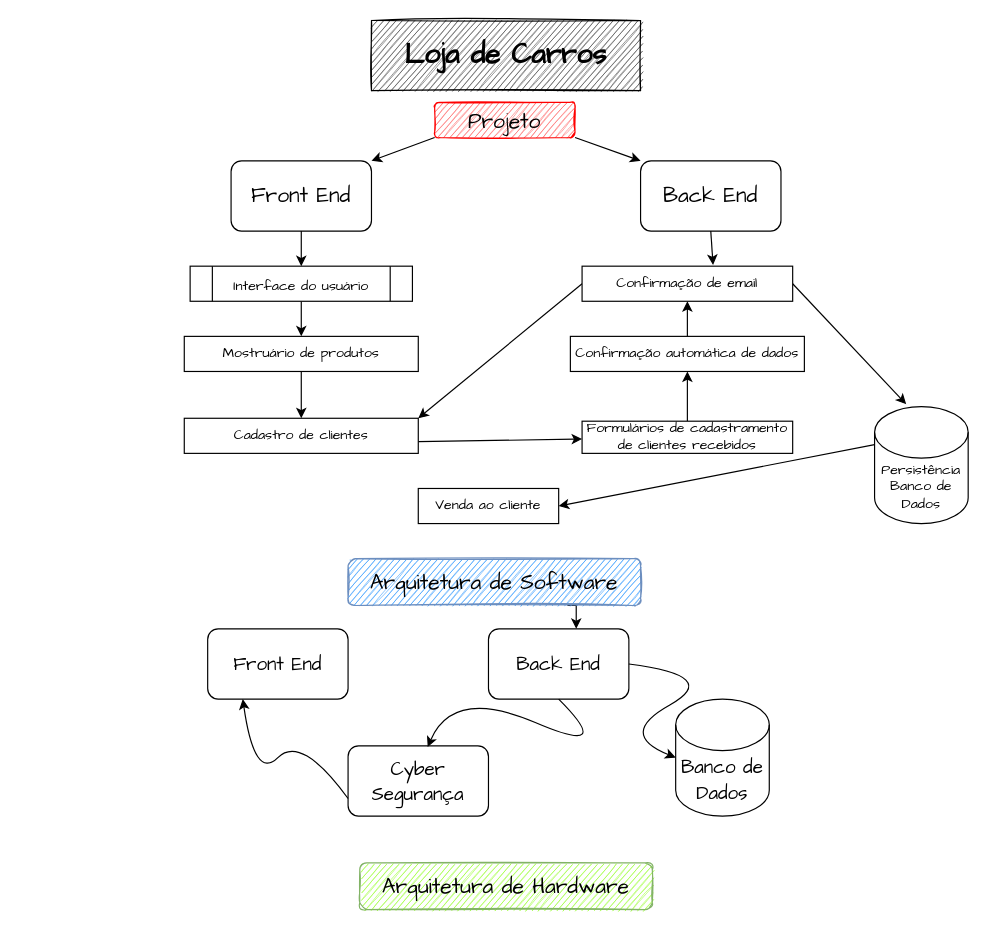
The draw.io diagram Loja de Carros.drawio in ipeeeed/arquivos-da-faculdade, before the edit. Source tidied: cells renumbered, new cells numbered last; positions are measured from the earlier drawing's top-left corner, leaving out a move shared by most shapes. Both pictures are drawn from the tidied source at 117%, with x=0, y=0 at pixel (184, 20).
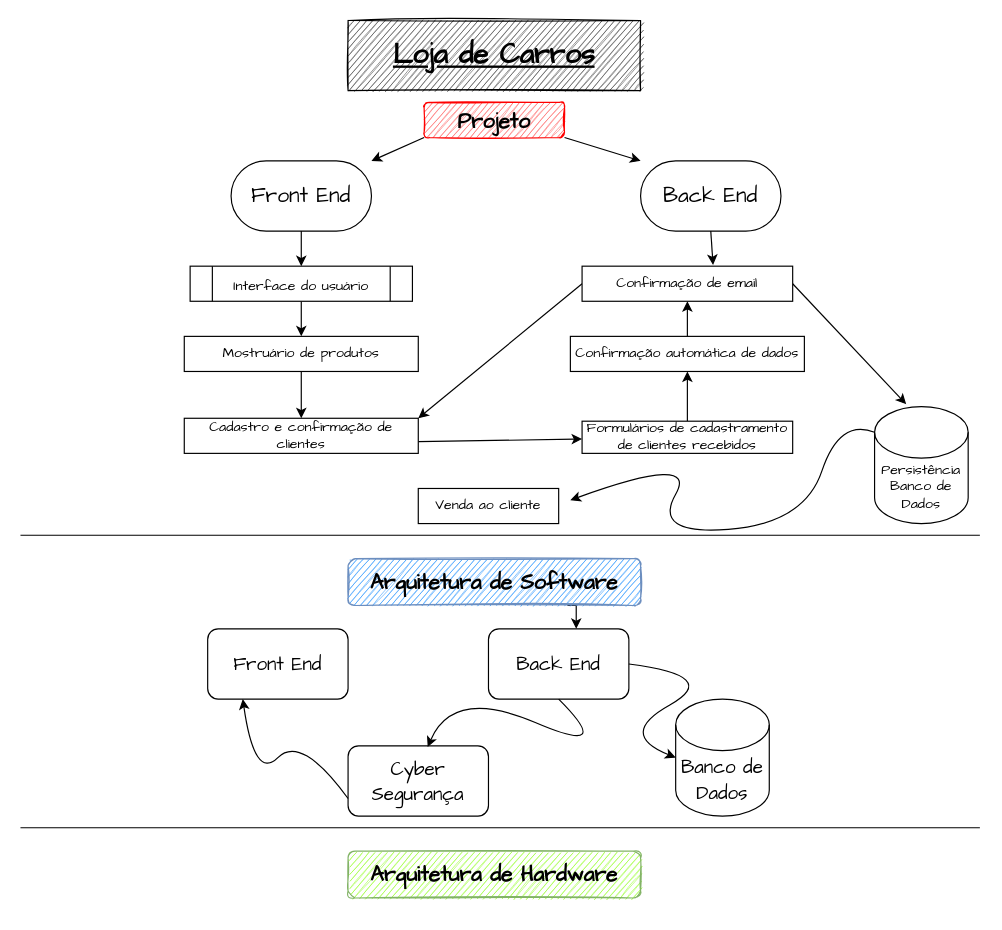
After the change.

The change refers to these unchanged cells:
```xml
<mxCell id="16" value="Venda ao cliente" style="rounded=0;whiteSpace=wrap;html=1;fontFamily=Comic Sans MS;fontSize=12;" parent="1" vertex="1">
  <mxGeometry x="200" y="400" width="120" height="30" as="geometry" />
</mxCell>
<mxCell id="23" value="Persistência&lt;br&gt;Banco de&lt;br&gt;Dados" style="shape=cylinder3;whiteSpace=wrap;html=1;boundedLbl=1;backgroundOutline=1;size=22;fontFamily=Comic Sans MS;fontSize=12;" parent="1" vertex="1">
  <mxGeometry x="590" y="330" width="80" height="100" as="geometry" />
</mxCell>
```

Change to the diagram source:
```diff
@@
-    <mxCell id="2" value="&lt;font style=&quot;font-size: 24px&quot; face=&quot;Comic Sans MS&quot;&gt;&lt;b&gt;Loja de Carros&lt;/b&gt;&lt;/font&gt;" style="rounded=0;whiteSpace=wrap;html=1;sketch=1;fillColor=#4D4D4D;" parent="1" vertex="1">
-      <mxGeometry x="160" width="230" height="60" as="geometry" />
+    <mxCell id="2" value="&lt;font style=&quot;font-size: 24px&quot; face=&quot;Comic Sans MS&quot;&gt;&lt;b&gt;&lt;u&gt;Loja de Carros&lt;/u&gt;&lt;/b&gt;&lt;/font&gt;" style="rounded=0;whiteSpace=wrap;html=1;sketch=1;fillColor=#4D4D4D;" parent="1" vertex="1">
+      <mxGeometry x="140" width="250" height="60" as="geometry" />
     </mxCell>
@@
-    <mxCell id="5" value="&lt;font style=&quot;font-size: 18px&quot;&gt;Projeto&lt;/font&gt;" style="rounded=1;whiteSpace=wrap;html=1;fontFamily=Comic Sans MS;fontSize=24;sketch=1;fillColor=#FF6666;strokeColor=#FF0000;" parent="1" vertex="1">
-      <mxGeometry x="214" y="70" width="120" height="30" as="geometry" />
+    <mxCell id="5" value="&lt;font style=&quot;font-size: 18px&quot;&gt;&lt;b&gt;Projeto&lt;/b&gt;&lt;/font&gt;" style="rounded=1;whiteSpace=wrap;html=1;fontFamily=Comic Sans MS;fontSize=24;sketch=1;fillColor=#FF6666;strokeColor=#FF0000;" parent="1" vertex="1">
+      <mxGeometry x="205" y="70" width="120" height="30" as="geometry" />
     </mxCell>
@@
-    <mxCell id="7" value="Back End" style="rounded=1;whiteSpace=wrap;html=1;fontFamily=Comic Sans MS;fontSize=18;" parent="1" vertex="1">
+    <mxCell id="7" value="Back End" style="rounded=1;whiteSpace=wrap;html=1;fontFamily=Comic Sans MS;fontSize=18;arcSize=50;" parent="1" vertex="1">
       <mxGeometry x="390" y="120" width="120" height="60" as="geometry" />
     </mxCell>
@@
-    <mxCell id="9" value="Front End" style="rounded=1;whiteSpace=wrap;html=1;fontFamily=Comic Sans MS;fontSize=18;" parent="1" vertex="1">
+    <mxCell id="9" value="Front End" style="rounded=1;whiteSpace=wrap;html=1;fontFamily=Comic Sans MS;fontSize=18;arcSize=50;" parent="1" vertex="1">
       <mxGeometry x="40" y="120" width="120" height="60" as="geometry" />
     </mxCell>
@@
-    <mxCell id="15" value="Cadastro de clientes" style="rounded=0;whiteSpace=wrap;html=1;fontFamily=Comic Sans MS;fontSize=12;" parent="1" vertex="1">
+    <mxCell id="15" value="Cadastro e confirmação&amp;nbsp;de clientes" style="rounded=0;whiteSpace=wrap;html=1;fontFamily=Comic Sans MS;fontSize=12;" parent="1" vertex="1">
       <mxGeometry y="340" width="200" height="30" as="geometry" />
     </mxCell>
@@
-    <mxCell id="22" style="edgeStyle=none;rounded=0;jettySize=auto;html=1;exitX=0;exitY=0;exitDx=0;exitDy=32.5;exitPerimeter=0;fontFamily=Comic Sans MS;fontSize=12;entryX=1;entryY=0.5;entryDx=0;entryDy=0;" parent="1" edge="1" source="23" target="16">
-      <mxGeometry relative="1" as="geometry" />
-    </mxCell>
@@
-    <mxCell id="27" value="&lt;font face=&quot;Comic Sans MS&quot; style=&quot;font-size: 18px&quot;&gt;Arquitetura de Software&lt;/font&gt;" style="rounded=1;whiteSpace=wrap;html=1;fillColor=#3399FF;strokeColor=#6c8ebf;sketch=1;glass=0;" parent="1" vertex="1">
+    <mxCell id="27" value="&lt;font face=&quot;Comic Sans MS&quot; style=&quot;font-size: 18px&quot;&gt;&lt;b&gt;Arquitetura de Software&lt;/b&gt;&lt;/font&gt;" style="rounded=1;whiteSpace=wrap;html=1;fillColor=#3399FF;strokeColor=#6c8ebf;sketch=1;glass=0;" parent="1" vertex="1">
       <mxGeometry x="140" y="460" width="250" height="40" as="geometry" />
     </mxCell>
@@
-    <mxCell id="32" value="&lt;font face=&quot;Comic Sans MS&quot; style=&quot;font-size: 18px&quot;&gt;Arquitetura de Hardware&lt;/font&gt;" style="rounded=1;whiteSpace=wrap;html=1;fillColor=#99FF33;strokeColor=#82b366;sketch=1;" parent="1" vertex="1">
-      <mxGeometry x="150" y="720" width="250" height="40" as="geometry" />
+    <mxCell id="32" value="&lt;font face=&quot;Comic Sans MS&quot; style=&quot;font-size: 18px&quot;&gt;&lt;b&gt;Arquitetura de Hardware&lt;/b&gt;&lt;/font&gt;" style="rounded=1;whiteSpace=wrap;html=1;fillColor=#99FF33;strokeColor=#82b366;sketch=1;" parent="1" vertex="1">
+      <mxGeometry x="140" y="710" width="250" height="40" as="geometry" />
     </mxCell>
@@
+    <mxCell id="36" style="curved=1;endArrow=classic;html=1;rounded=0;exitX=0;exitY=0;exitDx=0;exitDy=22;exitPerimeter=0;" parent="1" edge="1" source="23">
+      <mxGeometry relative="1" as="geometry">
+        <mxPoint x="330" y="410" as="targetPoint" />
+        <Array as="points">
+          <mxPoint x="560" y="340" />
+          <mxPoint x="530" y="430" />
+          <mxPoint x="400" y="440" />
+          <mxPoint x="440" y="370" />
+        </Array>
+      </mxGeometry>
+    </mxCell>
+    <mxCell id="37" style="endArrow=none;html=1;rounded=0;" parent="1" edge="1">
+      <mxGeometry relative="1" as="geometry">
+        <mxPoint x="-140" y="440" as="sourcePoint" />
+        <mxPoint x="680" y="440" as="targetPoint" />
+      </mxGeometry>
+    </mxCell>
+    <mxCell id="38" style="endArrow=none;html=1;rounded=0;" parent="1" edge="1">
+      <mxGeometry relative="1" as="geometry">
+        <mxPoint x="-140" y="690" as="sourcePoint" />
+        <mxPoint x="680" y="690" as="targetPoint" />
+      </mxGeometry>
+    </mxCell>
```
